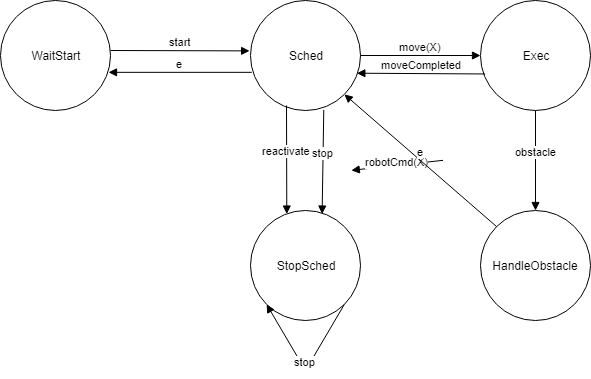
Before: Docs/execRouteBehaviour.png, a diagram exported from draw.io (xAlessandroC/iss2019TemaFinale). Source tidied: cells renumbered, new cells last; positions are measured from the earlier drawing's top-left corner, leaving out a move shared by most shapes. Its diagram source:
```xml
<mxGraphModel>
  <root>
    <mxCell id="0" />
    <mxCell id="1" parent="0" />
    <mxCell id="2" value="robotCmd(X)" style="html=1;verticalAlign=bottom;endArrow=block;entryX=0.017;entryY=0.561;entryDx=0;entryDy=0;entryPerimeter=0;exitX=1.025;exitY=0.544;exitDx=0;exitDy=0;exitPerimeter=0;" parent="1" edge="1">
      <mxGeometry x="0.02" y="5" relative="1" as="geometry">
        <mxPoint x="442.5" y="159.8" as="sourcePoint" />
        <mxPoint x="350.8" y="169.8" as="targetPoint" />
      </mxGeometry>
    </mxCell>
    <mxCell id="3" value="WaitStart" style="ellipse;whiteSpace=wrap;html=1;" parent="1" vertex="1">
      <mxGeometry width="110" height="110" as="geometry" />
    </mxCell>
    <mxCell id="4" value="Sched" style="ellipse;whiteSpace=wrap;html=1;" parent="1" vertex="1">
      <mxGeometry x="250" width="110" height="110" as="geometry" />
    </mxCell>
    <mxCell id="5" value="Exec" style="ellipse;whiteSpace=wrap;html=1;" parent="1" vertex="1">
      <mxGeometry x="480" width="110" height="110" as="geometry" />
    </mxCell>
    <mxCell id="6" value="start" style="html=1;verticalAlign=bottom;endArrow=block;entryX=-0.008;entryY=0.458;entryDx=0;entryDy=0;entryPerimeter=0;" parent="1" edge="1" target="4">
      <mxGeometry relative="1" as="geometry">
        <mxPoint x="110" y="50" as="sourcePoint" />
      </mxGeometry>
    </mxCell>
    <mxCell id="7" value="move(X)&lt;span style=&quot;font-family: &amp;#34;helvetica&amp;#34; , &amp;#34;arial&amp;#34; , sans-serif ; font-size: 0px ; background-color: rgb(248 , 249 , 250)&quot;&gt;%3CmxGraphModel%3E%3Croot%3E%3CmxCell%20id%3D%220%22%2F%3E%3CmxCell%20id%3D%221%22%20parent%3D%220%22%2F%3E%3CmxCell%20id%3D%222%22%20value%3D%22start%22%20style%3D%22html%3D1%3BverticalAlign%3Dbottom%3BendArrow%3Dblock%3BentryX%3D-0.008%3BentryY%3D0.458%3BentryDx%3D0%3BentryDy%3D0%3BentryPerimeter%3D0%3B%22%20edge%3D%221%22%20parent%3D%221%22%3E%3CmxGeometry%20width%3D%2280%22%20relative%3D%221%22%20as%3D%22geometry%22%3E%3CmxPoint%20x%3D%22199.9999999999999%22%20y%3D%22290%22%20as%3D%22sourcePoint%22%2F%3E%3CmxPoint%20x%3D%22339.1199999999999%22%20y%3D%22290.38%22%20as%3D%22targetPoint%22%2F%3E%3C%2FmxGeometry%3E%3C%2FmxCell%3E%3C%2Froot%3E%3C%2FmxGraphModel%3E&lt;/span&gt;" style="html=1;verticalAlign=bottom;endArrow=block;entryX=0;entryY=0.5;entryDx=0;entryDy=0;exitX=1;exitY=0.5;exitDx=0;exitDy=0;" parent="1" edge="1" source="4" target="5">
      <mxGeometry relative="1" as="geometry" />
    </mxCell>
    <mxCell id="8" value="HandleObstacle" style="ellipse;whiteSpace=wrap;html=1;" parent="1" vertex="1">
      <mxGeometry x="480" y="210" width="110" height="110" as="geometry" />
    </mxCell>
    <mxCell id="9" value="StopSched" style="ellipse;whiteSpace=wrap;html=1;" parent="1" vertex="1">
      <mxGeometry x="250" y="210" width="110" height="110" as="geometry" />
    </mxCell>
    <mxCell id="10" value="e" style="html=1;verticalAlign=bottom;endArrow=block;exitX=0.012;exitY=0.653;exitDx=0;exitDy=0;exitPerimeter=0;entryX=0.982;entryY=0.653;entryDx=0;entryDy=0;entryPerimeter=0;" parent="1" edge="1" source="4" target="3">
      <mxGeometry relative="1" as="geometry" />
    </mxCell>
    <mxCell id="11" value="moveCompleted" style="html=1;verticalAlign=bottom;endArrow=block;entryX=0.967;entryY=0.661;entryDx=0;entryDy=0;exitX=0.042;exitY=0.668;exitDx=0;exitDy=0;entryPerimeter=0;exitPerimeter=0;" parent="1" edge="1" source="5" target="4">
      <mxGeometry relative="1" as="geometry" />
    </mxCell>
    <mxCell id="12" value="obstacle" style="html=1;verticalAlign=bottom;endArrow=block;entryX=0.5;entryY=0;entryDx=0;entryDy=0;exitX=0.5;exitY=1;exitDx=0;exitDy=0;" parent="1" edge="1" source="5" target="8">
      <mxGeometry relative="1" as="geometry" />
    </mxCell>
    <mxCell id="13" value="e" style="html=1;verticalAlign=bottom;endArrow=block;entryX=1;entryY=1;entryDx=0;entryDy=0;exitX=0;exitY=0;exitDx=0;exitDy=0;" parent="1" edge="1" source="8" target="4">
      <mxGeometry relative="1" as="geometry" />
    </mxCell>
    <mxCell id="14" value="stop" style="html=1;verticalAlign=bottom;endArrow=block;entryX=0.633;entryY=0.032;entryDx=0;entryDy=0;exitX=0.648;exitY=0.994;exitDx=0;exitDy=0;entryPerimeter=0;exitPerimeter=0;" parent="1" edge="1">
      <mxGeometry relative="1" as="geometry">
        <mxPoint x="323.3" y="109.3" as="sourcePoint" />
        <mxPoint x="321.6" y="213.5" as="targetPoint" />
      </mxGeometry>
    </mxCell>
    <mxCell id="15" value="reactivate" style="html=1;verticalAlign=bottom;endArrow=block;entryX=0.33;entryY=0.032;entryDx=0;entryDy=0;entryPerimeter=0;" parent="1" edge="1" target="9">
      <mxGeometry relative="1" as="geometry">
        <mxPoint x="286" y="105" as="sourcePoint" />
      </mxGeometry>
    </mxCell>
    <mxCell id="16" value="stop" style="html=1;verticalAlign=bottom;endArrow=block;entryX=0;entryY=1;entryDx=0;entryDy=0;exitX=1;exitY=1;exitDx=0;exitDy=0;" parent="1" edge="1" source="9" target="9">
      <mxGeometry relative="1" as="geometry">
        <Array as="points">
          <mxPoint x="305" y="370" />
        </Array>
      </mxGeometry>
    </mxCell>
  </root>
</mxGraphModel>
```
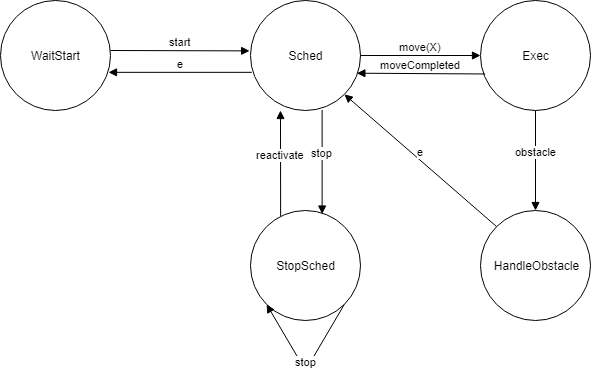
After the change.

Diff of the diagram source:
```diff
@@ -2,12 +2,6 @@
   <root>
     <mxCell id="0" />
     <mxCell id="1" parent="0" />
-    <mxCell id="2" value="robotCmd(X)" style="html=1;verticalAlign=bottom;endArrow=block;entryX=0.017;entryY=0.561;entryDx=0;entryDy=0;entryPerimeter=0;exitX=1.025;exitY=0.544;exitDx=0;exitDy=0;exitPerimeter=0;" parent="1" edge="1">
-      <mxGeometry x="0.02" y="5" relative="1" as="geometry">
-        <mxPoint x="442.5" y="159.8" as="sourcePoint" />
-        <mxPoint x="350.8" y="169.8" as="targetPoint" />
-      </mxGeometry>
-    </mxCell>
     <mxCell id="3" value="WaitStart" style="ellipse;whiteSpace=wrap;html=1;" parent="1" vertex="1">
       <mxGeometry width="110" height="110" as="geometry" />
     </mxCell>
@@ -43,15 +37,14 @@
     <mxCell id="13" value="e" style="html=1;verticalAlign=bottom;endArrow=block;entryX=1;entryY=1;entryDx=0;entryDy=0;exitX=0;exitY=0;exitDx=0;exitDy=0;" parent="1" edge="1" source="8" target="4">
       <mxGeometry relative="1" as="geometry" />
     </mxCell>
-    <mxCell id="14" value="stop" style="html=1;verticalAlign=bottom;endArrow=block;entryX=0.633;entryY=0.032;entryDx=0;entryDy=0;exitX=0.648;exitY=0.994;exitDx=0;exitDy=0;entryPerimeter=0;exitPerimeter=0;" parent="1" edge="1">
+    <mxCell id="14" value="stop" style="html=1;verticalAlign=bottom;endArrow=block;entryX=0.633;entryY=0.032;entryDx=0;entryDy=0;exitX=0.651;exitY=0.995;exitDx=0;exitDy=0;entryPerimeter=0;exitPerimeter=0;" parent="1" edge="1" source="4">
       <mxGeometry relative="1" as="geometry">
-        <mxPoint x="323.3" y="109.3" as="sourcePoint" />
         <mxPoint x="321.6" y="213.5" as="targetPoint" />
       </mxGeometry>
     </mxCell>
-    <mxCell id="15" value="reactivate" style="html=1;verticalAlign=bottom;endArrow=block;entryX=0.33;entryY=0.032;entryDx=0;entryDy=0;entryPerimeter=0;" parent="1" edge="1" target="9">
+    <mxCell id="15" value="reactivate" style="html=1;verticalAlign=bottom;endArrow=block;entryX=0.409;entryY=0.991;entryDx=0;entryDy=0;entryPerimeter=0;exitX=0.274;exitY=0.051;exitDx=0;exitDy=0;exitPerimeter=0;" parent="1" edge="1" source="9">
       <mxGeometry relative="1" as="geometry">
-        <mxPoint x="286" y="105" as="sourcePoint" />
+        <mxPoint x="280" y="110" as="targetPoint" />
       </mxGeometry>
     </mxCell>
     <mxCell id="16" value="stop" style="html=1;verticalAlign=bottom;endArrow=block;entryX=0;entryY=1;entryDx=0;entryDy=0;exitX=1;exitY=1;exitDx=0;exitDy=0;" parent="1" edge="1" source="9" target="9">
```
